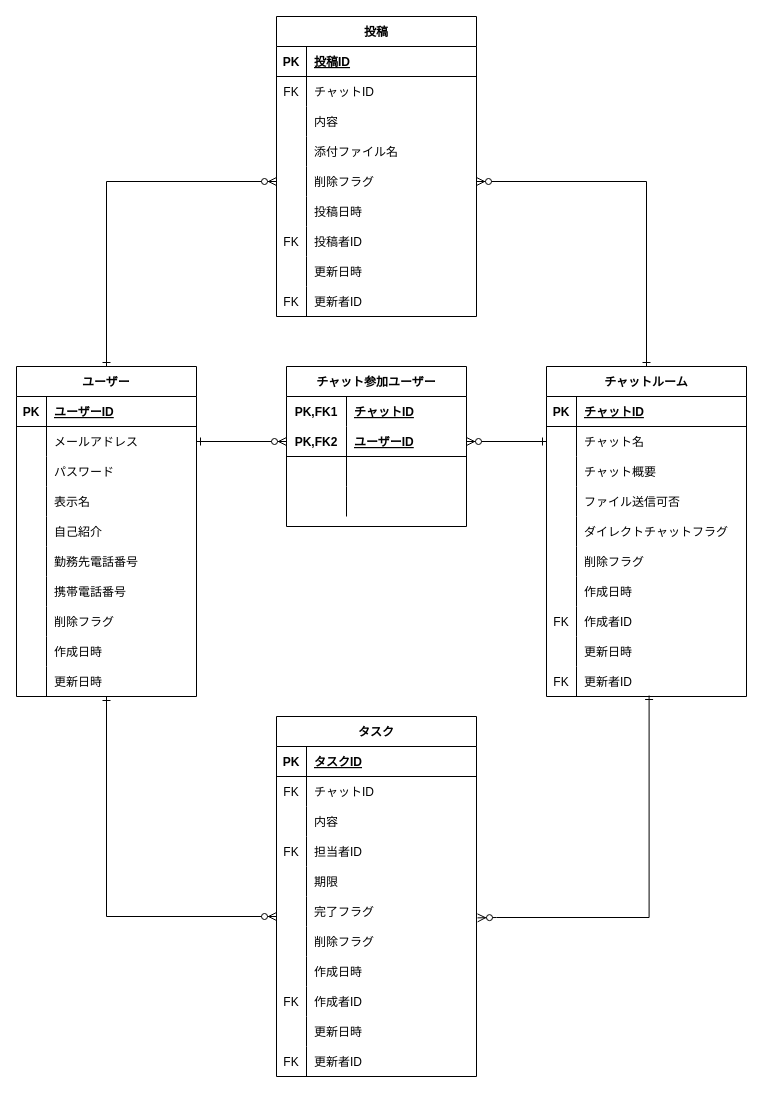
The draw.io diagram db/db-challenge1/db-challenge1.drawio in poissons-d-or/quelcode-db, before the edit. Source tidied: cells renumbered, new cells numbered last; positions are measured from the earlier drawing's top-left corner, leaving out a move shared by most shapes. Both pictures are drawn from the tidied source at 100%, with x=0, y=0 at pixel (16, 16).
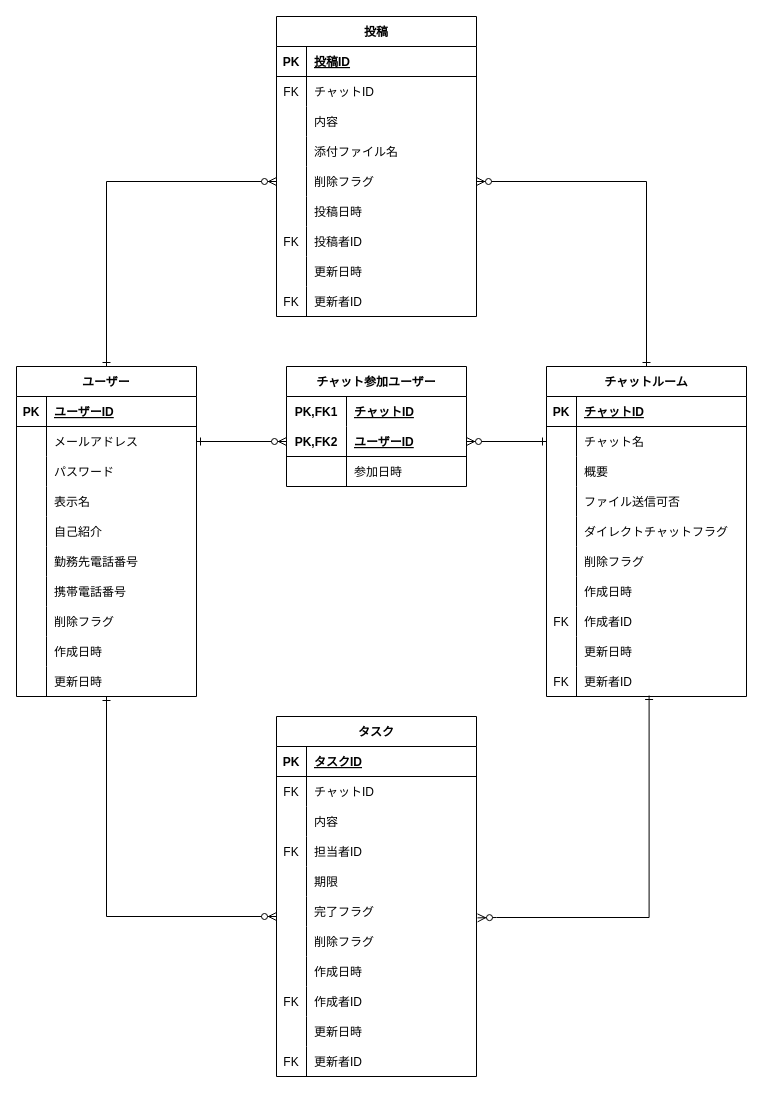
Above is the later version.

Commit message:
Improve: ER図の修正

「チャット参加ユーザー」に参加日時を追加

Unchanged cells that the change refers to:
```xml
<mxCell id="44" style="shape=partialRectangle;fillColor=none;top=0;left=0;bottom=0;right=0;" parent="37" vertex="1">
  <mxGeometry y="90" width="200" height="30" as="geometry" />
</mxCell>
<mxCell id="138" style="shape=partialRectangle;fillColor=none;top=0;left=0;bottom=0;right=0;" parent="131" vertex="1">
  <mxGeometry y="90" width="180" height="30" as="geometry" />
</mxCell>
```

The edit, as a diff of the source:
```diff
@@
-    <mxCell id="46" value="チャット概要" style="shape=partialRectangle;fillColor=none;top=0;left=0;bottom=0;right=0;align=left;spacingLeft=6;overflow=hidden;" parent="44" vertex="1">
+    <mxCell id="46" value="概要" style="shape=partialRectangle;fillColor=none;top=0;left=0;bottom=0;right=0;align=left;spacingLeft=6;overflow=hidden;" parent="44" vertex="1">
       <mxGeometry x="30" width="170" height="30" as="geometry" />
     </mxCell>
@@
     <mxCell id="131" value="チャット参加ユーザー" style="shape=table;startSize=30;childLayout=tableLayout;rowLines=0;fontStyle=1;align=center;" parent="1" vertex="1">
-      <mxGeometry x="270" y="350" width="180" height="160" as="geometry" />
+      <mxGeometry x="270" y="350" width="180" height="120" as="geometry" />
     </mxCell>
@@
-    <mxCell id="140" style="shape=partialRectangle;fillColor=none;top=0;left=0;bottom=0;right=0;align=left;spacingLeft=6;overflow=hidden;" parent="138" vertex="1">
+    <mxCell id="140" value="参加日時" style="shape=partialRectangle;fillColor=none;top=0;left=0;bottom=0;right=0;align=left;spacingLeft=6;overflow=hidden;" parent="138" vertex="1">
       <mxGeometry x="60" width="120" height="30" as="geometry" />
     </mxCell>
-    <mxCell id="141" style="shape=partialRectangle;fillColor=none;top=0;left=0;bottom=0;right=0;" parent="131" vertex="1">
-      <mxGeometry y="120" width="180" height="30" as="geometry" />
-    </mxCell>
-    <mxCell id="142" style="shape=partialRectangle;fillColor=none;top=0;left=0;bottom=0;right=0;overflow=hidden;" parent="141" vertex="1">
-      <mxGeometry width="60" height="30" as="geometry" />
-    </mxCell>
-    <mxCell id="143" style="shape=partialRectangle;fillColor=none;top=0;left=0;bottom=0;right=0;align=left;spacingLeft=6;overflow=hidden;" parent="141" vertex="1">
-      <mxGeometry x="60" width="120" height="30" as="geometry" />
-    </mxCell>
```
